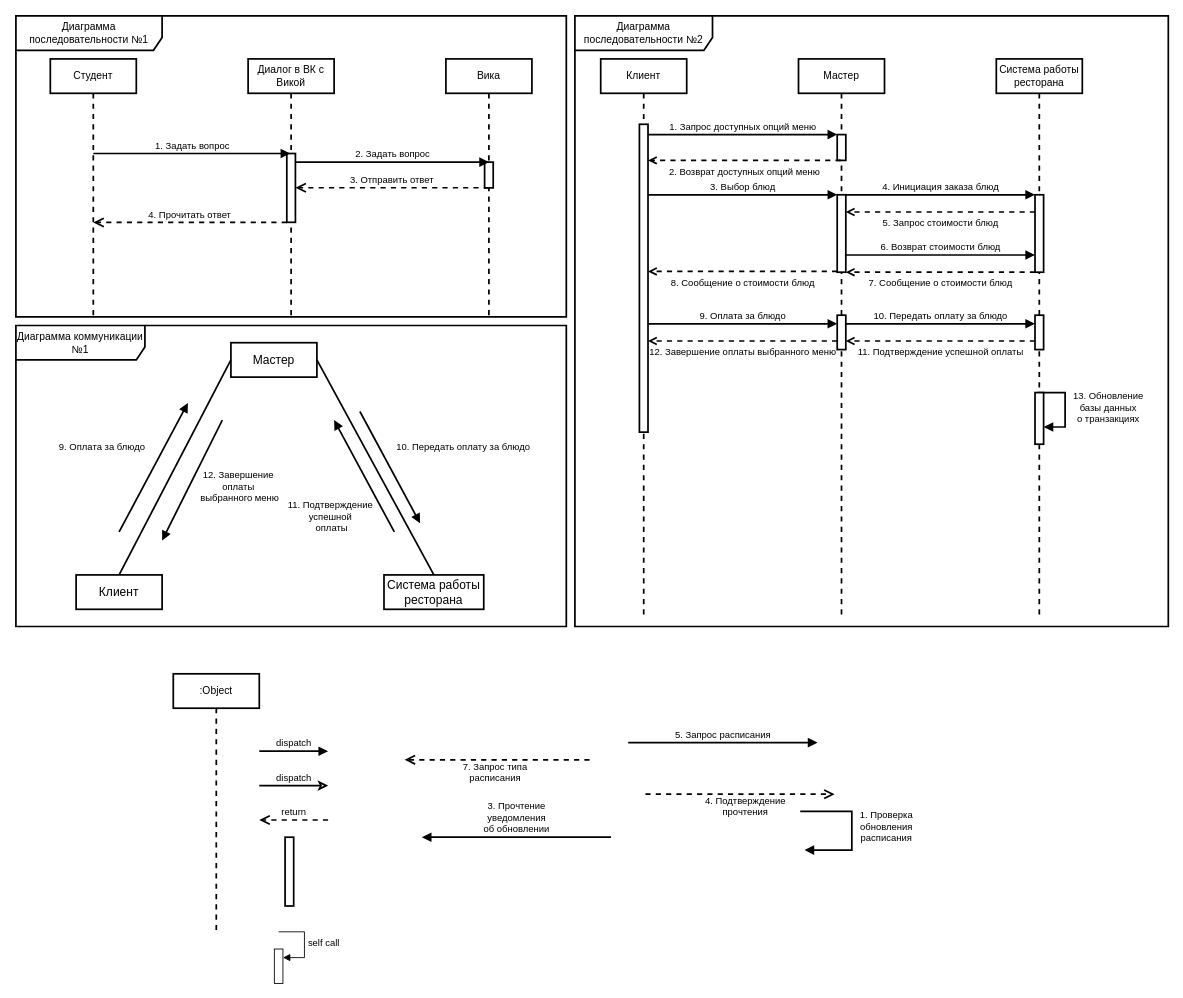
Helpmepleaseitishard/Aikms keeps this draw.io diagram as page "Page-2" (2 of 3) of 1.drawio. Above is the earlier version. Source tidied: cells renumbered, new cells numbered last; positions are measured from the earlier drawing's top-left corner, leaving out a move shared by most shapes. Both pictures are drawn from the tidied source at 86%, with x=0, y=0 at pixel (15, 15).
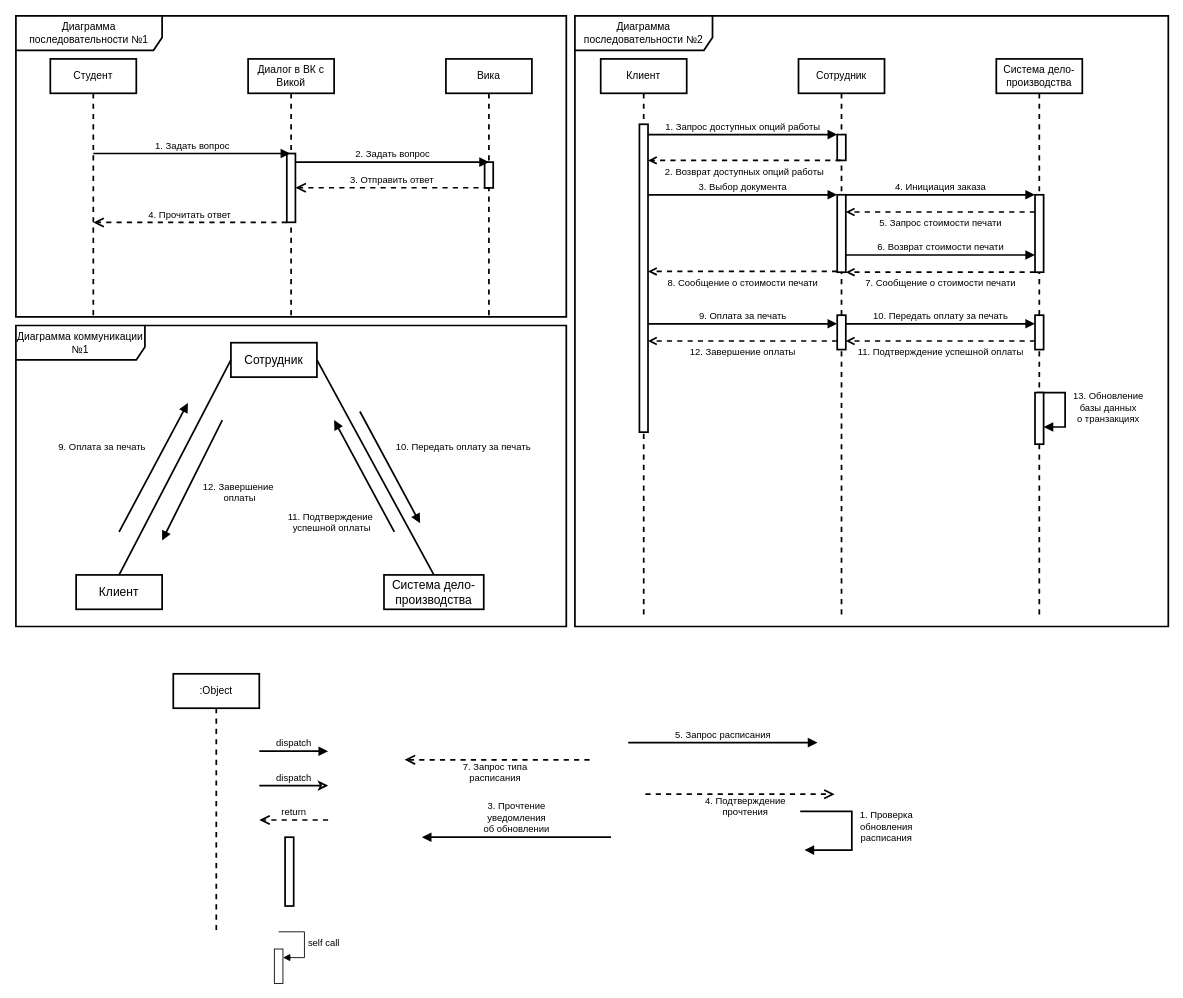
After the change.

What changed in the source:
```diff
@@
-    <mxCell id="2" value="Система работы ресторана" style="shape=umlLifeline;perimeter=lifelinePerimeter;whiteSpace=wrap;html=1;newEdgeStyle={&quot;curved&quot;:0,&quot;rounded&quot;:0};strokeWidth=2;" parent="1" vertex="1">
+    <mxCell id="2" value="Система дело-производства" style="shape=umlLifeline;perimeter=lifelinePerimeter;whiteSpace=wrap;html=1;newEdgeStyle={&quot;curved&quot;:0,&quot;rounded&quot;:0};strokeWidth=2;" parent="1" vertex="1">
       <mxGeometry x="1140" y="50" width="100" height="650" as="geometry" />
     </mxCell>
@@
-    <mxCell id="27" value="Мастер" style="shape=umlLifeline;perimeter=lifelinePerimeter;whiteSpace=wrap;html=1;newEdgeStyle={&quot;curved&quot;:0,&quot;rounded&quot;:0};strokeWidth=2;" parent="1" vertex="1">
+    <mxCell id="27" value="Сотрудник" style="shape=umlLifeline;perimeter=lifelinePerimeter;whiteSpace=wrap;html=1;newEdgeStyle={&quot;curved&quot;:0,&quot;rounded&quot;:0};strokeWidth=2;" parent="1" vertex="1">
       <mxGeometry x="910" y="50" width="100" height="650" as="geometry" />
     </mxCell>
-    <mxCell id="28" style="html=1;perimeter=orthogonalPerimeter;targetShapes=umlLifeline;newEdgeStyle={&quot;curved&quot;:0,&quot;rounded&quot;:0};strokeWidth=2;" parent="27" vertex="1">
-      <mxGeometry x="45" y="88" width="10" height="30" as="geometry" />
-    </mxCell>
-    <mxCell id="29" value="13. Обновление &lt;br&gt;базы данных &lt;br&gt;о транзакциях" style="html=1;verticalAlign=bottom;endArrow=block;curved=0;rounded=0;strokeWidth=2;exitX=1;exitY=0;exitDx=0;exitDy=5;exitPerimeter=0;" parent="27" edge="1" source="30" target="30">
-      <mxGeometry x="0.51" y="-50" relative="1" as="geometry">
-        <Array as="points">
-          <mxPoint x="280" y="388" />
-          <mxPoint x="290" y="388" />
-          <mxPoint x="300" y="388" />
-          <mxPoint x="310" y="388" />
-          <mxPoint x="310" y="428" />
-        </Array>
-        <mxPoint x="50" y="50" as="offset" />
-      </mxGeometry>
-    </mxCell>
-    <mxCell id="30" style="html=1;points=[[0,0,0,0,5],[0,1,0,0,-5],[1,0,0,0,5],[1,1,0,0,-5]];perimeter=orthogonalPerimeter;outlineConnect=0;targetShapes=umlLifeline;portConstraint=eastwest;newEdgeStyle={&quot;curved&quot;:0,&quot;rounded&quot;:0};strokeWidth=2;" parent="27" vertex="1">
-      <mxGeometry x="275" y="388" width="10" height="60" as="geometry" />
-    </mxCell>
-    <mxCell id="31" style="html=1;points=[[0,0,0,0,5],[0,1,0,0,-5],[1,0,0,0,5],[1,1,0,0,-5]];perimeter=orthogonalPerimeter;outlineConnect=0;targetShapes=umlLifeline;portConstraint=eastwest;newEdgeStyle={&quot;curved&quot;:0,&quot;rounded&quot;:0};strokeWidth=2;" parent="27" vertex="1">
-      <mxGeometry x="45" y="298" width="10" height="40" as="geometry" />
-    </mxCell>
-    <mxCell id="32" style="html=1;points=[[0,0,0,0,5],[0,1,0,0,-5],[1,0,0,0,5],[1,1,0,0,-5]];perimeter=orthogonalPerimeter;outlineConnect=0;targetShapes=umlLifeline;portConstraint=eastwest;newEdgeStyle={&quot;curved&quot;:0,&quot;rounded&quot;:0};strokeWidth=2;" parent="27" vertex="1">
-      <mxGeometry x="275" y="298" width="10" height="40" as="geometry" />
-    </mxCell>
-    <mxCell id="33" value="9. Оплата за блюдо" style="html=1;verticalAlign=bottom;endArrow=block;curved=0;rounded=0;strokeWidth=2;" parent="27" edge="1" target="31">
-      <mxGeometry relative="1" as="geometry">
-        <mxPoint x="-175" y="308" as="sourcePoint" />
-        <Array as="points">
-          <mxPoint x="-70" y="308" />
-        </Array>
-      </mxGeometry>
-    </mxCell>
-    <mxCell id="34" value="11. Подтверждение успешной оплаты" style="html=1;verticalAlign=top;endArrow=open;curved=0;rounded=0;strokeWidth=2;dashed=1;endFill=0;" parent="27" edge="1">
-      <mxGeometry relative="1" as="geometry">
-        <mxPoint x="275" y="328" as="sourcePoint" />
-        <mxPoint x="55" y="328" as="targetPoint" />
-      </mxGeometry>
-    </mxCell>
-    <mxCell id="35" value="12. Завершение оплаты выбранного меню" style="html=1;verticalAlign=top;endArrow=open;curved=0;rounded=0;strokeWidth=2;dashed=1;endFill=0;" parent="27" edge="1" source="31">
-      <mxGeometry relative="1" as="geometry">
-        <mxPoint x="-175" y="328" as="targetPoint" />
-        <Array as="points">
-          <mxPoint x="-20" y="328" />
-        </Array>
-      </mxGeometry>
-    </mxCell>
-    <mxCell id="36" value="10. Передать оплату за блюдо" style="html=1;verticalAlign=bottom;endArrow=block;curved=0;rounded=0;strokeWidth=2;" parent="27" edge="1" source="31" target="32">
-      <mxGeometry relative="1" as="geometry">
-        <Array as="points">
-          <mxPoint x="155" y="308" />
-        </Array>
-      </mxGeometry>
-    </mxCell>
-    <mxCell id="37" style="html=1;points=[[0,0,0,0,5],[0,1,0,0,-5],[1,0,0,0,5],[1,1,0,0,-5]];perimeter=orthogonalPerimeter;outlineConnect=0;targetShapes=umlLifeline;portConstraint=eastwest;newEdgeStyle={&quot;curved&quot;:0,&quot;rounded&quot;:0};strokeWidth=2;" parent="27" vertex="1">
-      <mxGeometry x="45" y="158" width="10" height="90" as="geometry" />
-    </mxCell>
-    <mxCell id="38" style="html=1;points=[[0,0,0,0,5],[0,1,0,0,-5],[1,0,0,0,5],[1,1,0,0,-5]];perimeter=orthogonalPerimeter;outlineConnect=0;targetShapes=umlLifeline;portConstraint=eastwest;newEdgeStyle={&quot;curved&quot;:0,&quot;rounded&quot;:0};strokeWidth=2;" parent="27" vertex="1">
-      <mxGeometry x="275" y="158" width="10" height="90" as="geometry" />
-    </mxCell>
-    <mxCell id="39" value="5. Запрос стоимости блюд" style="html=1;verticalAlign=top;endArrow=open;curved=0;rounded=0;strokeWidth=2;dashed=1;endFill=0;" parent="27" edge="1" source="38" target="37">
-      <mxGeometry relative="1" as="geometry">
-        <Array as="points">
-          <mxPoint x="160" y="178" />
-        </Array>
-      </mxGeometry>
-    </mxCell>
-    <mxCell id="40" value="6. Возврат стоимости блюд" style="html=1;verticalAlign=bottom;endArrow=block;curved=0;rounded=0;strokeWidth=2;endFill=1;" parent="27" edge="1" source="37" target="38">
-      <mxGeometry relative="1" as="geometry">
-        <Array as="points">
-          <mxPoint x="160" y="228" />
-        </Array>
-      </mxGeometry>
-    </mxCell>
-    <mxCell id="41" value="7. Сообщение о стоимости блюд" style="html=1;verticalAlign=top;endArrow=open;curved=0;rounded=0;strokeWidth=2;dashed=1;endFill=0;" parent="27" edge="1" source="38" target="37">
-      <mxGeometry relative="1" as="geometry">
-        <Array as="points">
-          <mxPoint x="150" y="248" />
-        </Array>
-      </mxGeometry>
-    </mxCell>
-    <mxCell id="42" value="1. Запрос доступных опций меню" style="html=1;verticalAlign=bottom;endArrow=block;curved=0;rounded=0;strokeWidth=2;" parent="27" edge="1">
-      <mxGeometry relative="1" as="geometry">
-        <mxPoint x="-175" y="88" as="sourcePoint" />
-        <mxPoint x="45" y="88" as="targetPoint" />
-      </mxGeometry>
-    </mxCell>
-    <mxCell id="43" value="2. Возврат доступных опций меню" style="html=1;verticalAlign=top;endArrow=open;curved=0;rounded=0;strokeWidth=2;dashed=1;endFill=0;" parent="27" edge="1">
-      <mxGeometry relative="1" as="geometry">
-        <mxPoint x="49" y="118" as="sourcePoint" />
-        <mxPoint x="-175" y="118" as="targetPoint" />
-        <Array as="points">
-          <mxPoint x="-70" y="118" />
-        </Array>
-      </mxGeometry>
-    </mxCell>
-    <mxCell id="44" value="3. Выбор блюд" style="html=1;verticalAlign=bottom;endArrow=block;curved=0;rounded=0;strokeWidth=2;" parent="27" edge="1">
-      <mxGeometry relative="1" as="geometry">
-        <mxPoint x="-175" y="158" as="sourcePoint" />
-        <mxPoint x="45" y="158" as="targetPoint" />
-        <Array as="points">
-          <mxPoint x="-60" y="158" />
-        </Array>
-      </mxGeometry>
-    </mxCell>
-    <mxCell id="45" value="8. Сообщение о стоимости блюд" style="html=1;verticalAlign=top;endArrow=open;curved=0;rounded=0;strokeWidth=2;endFill=0;dashed=1;" parent="27" edge="1">
-      <mxGeometry relative="1" as="geometry">
-        <mxPoint x="45" y="247.1" as="sourcePoint" />
-        <mxPoint x="-175" y="247.1" as="targetPoint" />
-        <Array as="points">
-          <mxPoint x="-70" y="247.1" />
-        </Array>
-      </mxGeometry>
-    </mxCell>
-    <mxCell id="46" value="4. Инициация заказа блюд" style="html=1;verticalAlign=bottom;endArrow=block;curved=0;rounded=0;strokeWidth=2;" parent="27" edge="1">
-      <mxGeometry relative="1" as="geometry">
-        <mxPoint x="55" y="158" as="sourcePoint" />
-        <mxPoint x="275" y="158" as="targetPoint" />
-        <Array as="points">
-          <mxPoint x="160" y="158" />
-        </Array>
-      </mxGeometry>
-    </mxCell>
@@
-    <mxCell id="49" value="Мастер" style="html=1;whiteSpace=wrap;strokeWidth=2;fontSize=14;" parent="1" vertex="1">
+    <mxCell id="49" value="Сотрудник" style="html=1;whiteSpace=wrap;strokeWidth=2;fontSize=14;" parent="1" vertex="1">
       <mxGeometry x="250" y="380" width="100" height="40" as="geometry" />
     </mxCell>
-    <mxCell id="50" value="Система работы ресторана" style="html=1;whiteSpace=wrap;strokeWidth=2;fontSize=14;" parent="1" vertex="1">
+    <mxCell id="50" value="Система дело-производства" style="html=1;whiteSpace=wrap;strokeWidth=2;fontSize=14;" parent="1" vertex="1">
       <mxGeometry x="428" y="650" width="116" height="40" as="geometry" />
     </mxCell>
@@
-    <mxCell id="53" value="9. Оплата за блюдо" style="html=1;verticalAlign=bottom;endArrow=block;curved=0;rounded=0;strokeWidth=2;startFill=0;exitX=0.5;exitY=0;exitDx=0;exitDy=0;endFill=1;" parent="1" edge="1">
+    <mxCell id="53" value="9. Оплата за печать" style="html=1;verticalAlign=bottom;endArrow=block;curved=0;rounded=0;strokeWidth=2;startFill=0;exitX=0.5;exitY=0;exitDx=0;exitDy=0;endFill=1;" parent="1" edge="1">
       <mxGeometry x="-0.18" y="60" relative="1" as="geometry">
         <mxPoint x="120" y="600" as="sourcePoint" />
         <mxPoint x="200" y="450" as="targetPoint" />
       </mxGeometry>
     </mxCell>
-    <mxCell id="54" value="10. Передать оплату за блюдо" style="html=1;verticalAlign=bottom;endArrow=block;curved=0;rounded=0;strokeWidth=2;startFill=0;exitX=0.5;exitY=0;exitDx=0;exitDy=0;endFill=1;" parent="1" edge="1">
+    <mxCell id="54" value="10. Передать оплату за печать" style="html=1;verticalAlign=bottom;endArrow=block;curved=0;rounded=0;strokeWidth=2;startFill=0;exitX=0.5;exitY=0;exitDx=0;exitDy=0;endFill=1;" parent="1" edge="1">
       <mxGeometry x="0.37" y="82" relative="1" as="geometry">
         <mxPoint x="400" y="460" as="sourcePoint" />
         <mxPoint x="470" y="590" as="targetPoint" />
       </mxGeometry>
     </mxCell>
-    <mxCell id="55" value="&lt;div&gt;11. Подтверждение&amp;nbsp;&lt;/div&gt;&lt;div&gt;успешной&amp;nbsp;&lt;/div&gt;&lt;div&gt;оплаты&lt;/div&gt;" style="html=1;verticalAlign=bottom;endArrow=block;curved=0;rounded=0;strokeWidth=2;startFill=0;endFill=1;" parent="1" edge="1">
+    <mxCell id="55" value="&lt;div&gt;11. Подтверждение&amp;nbsp;&lt;/div&gt;&lt;div&gt;успешной оплаты&lt;/div&gt;" style="html=1;verticalAlign=bottom;endArrow=block;curved=0;rounded=0;strokeWidth=2;startFill=0;endFill=1;" parent="1" edge="1">
       <mxGeometry x="-0.59" y="67" relative="1" as="geometry">
         <mxPoint x="440" y="600" as="sourcePoint" />
         <mxPoint x="370" y="470" as="targetPoint" />
       </mxGeometry>
     </mxCell>
-    <mxCell id="56" value="&lt;div&gt;12. Завершение&amp;nbsp;&lt;/div&gt;&lt;div&gt;оплаты&amp;nbsp;&lt;/div&gt;&lt;div&gt;выбранного меню&lt;/div&gt;" style="html=1;verticalAlign=bottom;endArrow=block;curved=0;rounded=0;strokeWidth=2;startFill=0;endFill=1;" parent="1" edge="1">
+    <mxCell id="56" value="&lt;div&gt;12. Завершение&amp;nbsp;&lt;/div&gt;&lt;div&gt;оплаты&lt;/div&gt;" style="html=1;verticalAlign=bottom;endArrow=block;curved=0;rounded=0;strokeWidth=2;startFill=0;endFill=1;" parent="1" edge="1">
       <mxGeometry x="0.03" y="63" relative="1" as="geometry">
         <mxPoint x="240" y="470" as="sourcePoint" />
         <mxPoint x="170" y="610" as="targetPoint" />
         <mxPoint y="-1" as="offset" />
       </mxGeometry>
     </mxCell>
@@
+    <mxCell id="58" style="html=1;perimeter=orthogonalPerimeter;targetShapes=umlLifeline;newEdgeStyle={&quot;curved&quot;:0,&quot;rounded&quot;:0};strokeWidth=2;" parent="1" vertex="1">
+      <mxGeometry x="955" y="138" width="10" height="30" as="geometry" />
+    </mxCell>
+    <mxCell id="29" value="13. Обновление &lt;br&gt;базы данных &lt;br&gt;о транзакциях" style="html=1;verticalAlign=bottom;endArrow=block;curved=0;rounded=0;strokeWidth=2;exitX=1;exitY=0;exitDx=0;exitDy=5;exitPerimeter=0;" parent="1" edge="1" source="59" target="59">
+      <mxGeometry x="0.51" y="-50" relative="1" as="geometry">
+        <Array as="points">
+          <mxPoint x="1190" y="438" />
+          <mxPoint x="1200" y="438" />
+          <mxPoint x="1210" y="438" />
+          <mxPoint x="1220" y="438" />
+          <mxPoint x="1220" y="478" />
+        </Array>
+        <mxPoint x="50" y="50" as="offset" />
+      </mxGeometry>
+    </mxCell>
+    <mxCell id="59" style="html=1;points=[[0,0,0,0,5],[0,1,0,0,-5],[1,0,0,0,5],[1,1,0,0,-5]];perimeter=orthogonalPerimeter;outlineConnect=0;targetShapes=umlLifeline;portConstraint=eastwest;newEdgeStyle={&quot;curved&quot;:0,&quot;rounded&quot;:0};strokeWidth=2;" parent="1" vertex="1">
+      <mxGeometry x="1185" y="438" width="10" height="60" as="geometry" />
+    </mxCell>
+    <mxCell id="60" style="html=1;points=[[0,0,0,0,5],[0,1,0,0,-5],[1,0,0,0,5],[1,1,0,0,-5]];perimeter=orthogonalPerimeter;outlineConnect=0;targetShapes=umlLifeline;portConstraint=eastwest;newEdgeStyle={&quot;curved&quot;:0,&quot;rounded&quot;:0};strokeWidth=2;" parent="1" vertex="1">
+      <mxGeometry x="955" y="348" width="10" height="40" as="geometry" />
+    </mxCell>
+    <mxCell id="61" style="html=1;points=[[0,0,0,0,5],[0,1,0,0,-5],[1,0,0,0,5],[1,1,0,0,-5]];perimeter=orthogonalPerimeter;outlineConnect=0;targetShapes=umlLifeline;portConstraint=eastwest;newEdgeStyle={&quot;curved&quot;:0,&quot;rounded&quot;:0};strokeWidth=2;" parent="1" vertex="1">
+      <mxGeometry x="1185" y="348" width="10" height="40" as="geometry" />
+    </mxCell>
+    <mxCell id="62" value="9. Оплата за печать" style="html=1;verticalAlign=bottom;endArrow=block;curved=0;rounded=0;strokeWidth=2;" parent="1" edge="1" target="60">
+      <mxGeometry relative="1" as="geometry">
+        <mxPoint x="735" y="358" as="sourcePoint" />
+      </mxGeometry>
+    </mxCell>
+    <mxCell id="34" value="11. Подтверждение успешной оплаты" style="html=1;verticalAlign=top;endArrow=open;curved=0;rounded=0;strokeWidth=2;dashed=1;endFill=0;" parent="1" edge="1">
+      <mxGeometry relative="1" as="geometry">
+        <mxPoint x="1185" y="378" as="sourcePoint" />
+        <mxPoint x="965" y="378" as="targetPoint" />
+      </mxGeometry>
+    </mxCell>
+    <mxCell id="63" value="12. Завершение оплаты" style="html=1;verticalAlign=top;endArrow=open;curved=0;rounded=0;strokeWidth=2;dashed=1;endFill=0;" parent="1" edge="1" source="60">
+      <mxGeometry relative="1" as="geometry">
+        <mxPoint x="735" y="378" as="targetPoint" />
+        <Array as="points">
+          <mxPoint x="890" y="378" />
+        </Array>
+      </mxGeometry>
+    </mxCell>
+    <mxCell id="64" value="10. Передать оплату за печать" style="html=1;verticalAlign=bottom;endArrow=block;curved=0;rounded=0;strokeWidth=2;" parent="1" edge="1" source="60" target="61">
+      <mxGeometry relative="1" as="geometry">
+        <Array as="points">
+          <mxPoint x="1065" y="358" />
+        </Array>
+      </mxGeometry>
+    </mxCell>
+    <mxCell id="65" style="html=1;points=[[0,0,0,0,5],[0,1,0,0,-5],[1,0,0,0,5],[1,1,0,0,-5]];perimeter=orthogonalPerimeter;outlineConnect=0;targetShapes=umlLifeline;portConstraint=eastwest;newEdgeStyle={&quot;curved&quot;:0,&quot;rounded&quot;:0};strokeWidth=2;" parent="1" vertex="1">
+      <mxGeometry x="955" y="208" width="10" height="90" as="geometry" />
+    </mxCell>
+    <mxCell id="66" style="html=1;points=[[0,0,0,0,5],[0,1,0,0,-5],[1,0,0,0,5],[1,1,0,0,-5]];perimeter=orthogonalPerimeter;outlineConnect=0;targetShapes=umlLifeline;portConstraint=eastwest;newEdgeStyle={&quot;curved&quot;:0,&quot;rounded&quot;:0};strokeWidth=2;" parent="1" vertex="1">
+      <mxGeometry x="1185" y="208" width="10" height="90" as="geometry" />
+    </mxCell>
+    <mxCell id="67" value="5. Запрос стоимости печати" style="html=1;verticalAlign=top;endArrow=open;curved=0;rounded=0;strokeWidth=2;dashed=1;endFill=0;" parent="1" edge="1" source="66" target="65">
+      <mxGeometry relative="1" as="geometry">
+        <Array as="points">
+          <mxPoint x="1070" y="228" />
+        </Array>
+      </mxGeometry>
+    </mxCell>
+    <mxCell id="68" value="6. Возврат стоимости печати" style="html=1;verticalAlign=bottom;endArrow=block;curved=0;rounded=0;strokeWidth=2;endFill=1;" parent="1" edge="1" source="65" target="66">
+      <mxGeometry relative="1" as="geometry">
+        <Array as="points">
+          <mxPoint x="1070" y="278" />
+        </Array>
+      </mxGeometry>
+    </mxCell>
+    <mxCell id="69" value="7. Сообщение о стоимости печати" style="html=1;verticalAlign=top;endArrow=open;curved=0;rounded=0;strokeWidth=2;dashed=1;endFill=0;" parent="1" edge="1" source="66" target="65">
+      <mxGeometry relative="1" as="geometry">
+        <Array as="points">
+          <mxPoint x="1060" y="298" />
+        </Array>
+      </mxGeometry>
+    </mxCell>
+    <mxCell id="70" value="1. Запрос доступных опций работы" style="html=1;verticalAlign=bottom;endArrow=block;curved=0;rounded=0;strokeWidth=2;" parent="1" edge="1">
+      <mxGeometry relative="1" as="geometry">
+        <mxPoint x="735" y="138" as="sourcePoint" />
+        <mxPoint x="955" y="138" as="targetPoint" />
+      </mxGeometry>
+    </mxCell>
+    <mxCell id="71" value="2. Возврат доступных опций работы" style="html=1;verticalAlign=top;endArrow=open;curved=0;rounded=0;strokeWidth=2;dashed=1;endFill=0;" parent="1" edge="1">
+      <mxGeometry relative="1" as="geometry">
+        <mxPoint x="959" y="168" as="sourcePoint" />
+        <mxPoint x="735" y="168" as="targetPoint" />
+        <Array as="points">
+          <mxPoint x="840" y="168" />
+        </Array>
+      </mxGeometry>
+    </mxCell>
+    <mxCell id="72" value="3. Выбор документа" style="html=1;verticalAlign=bottom;endArrow=block;curved=0;rounded=0;strokeWidth=2;" parent="1" edge="1">
+      <mxGeometry relative="1" as="geometry">
+        <mxPoint x="735" y="208" as="sourcePoint" />
+        <mxPoint x="955" y="208" as="targetPoint" />
+        <Array as="points">
+          <mxPoint x="850" y="208" />
+        </Array>
+      </mxGeometry>
+    </mxCell>
+    <mxCell id="73" value="8. Сообщение о стоимости печати" style="html=1;verticalAlign=top;endArrow=open;curved=0;rounded=0;strokeWidth=2;endFill=0;dashed=1;" parent="1" edge="1">
+      <mxGeometry relative="1" as="geometry">
+        <mxPoint x="955" y="297.1" as="sourcePoint" />
+        <mxPoint x="735" y="297.1" as="targetPoint" />
+        <Array as="points">
+          <mxPoint x="840" y="297.1" />
+        </Array>
+      </mxGeometry>
+    </mxCell>
+    <mxCell id="74" value="4. Инициация заказа" style="html=1;verticalAlign=bottom;endArrow=block;curved=0;rounded=0;strokeWidth=2;" parent="1" edge="1">
+      <mxGeometry relative="1" as="geometry">
+        <mxPoint x="965" y="208" as="sourcePoint" />
+        <mxPoint x="1185" y="208" as="targetPoint" />
+        <Array as="points">
+          <mxPoint x="1070" y="208" />
+        </Array>
+      </mxGeometry>
+    </mxCell>
```
